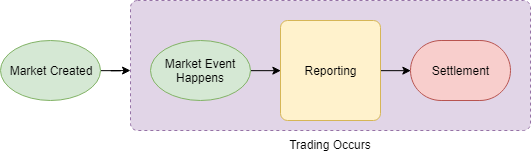
This is assets/images/Simplified Prediction Market Lifetime.png from msagansk/Augur.Guide, a draw.io export, as it was before one commit. Source tidied: cells renumbered, new cells last; positions are measured from the earlier drawing's top-left corner, leaving out a move shared by most shapes. Its diagram source:
```xml
<mxGraphModel background="#ffffff">
  <root>
    <mxCell id="0" />
    <mxCell id="1" parent="0" />
    <mxCell id="2" value="Trading Occurs" style="rounded=1;whiteSpace=wrap;html=1;absoluteArcSize=1;arcSize=14;strokeWidth=1;labelPosition=center;verticalLabelPosition=bottom;align=center;verticalAlign=top;dashed=1;fillColor=#e1d5e7;strokeColor=#9673a6;" parent="1" vertex="1">
      <mxGeometry x="130" width="400" height="130" as="geometry" />
    </mxCell>
    <mxCell id="3" style="edgeStyle=orthogonalEdgeStyle;rounded=0;jumpSize=6;jettySize=auto;html=1;exitX=1;exitY=0.5;exitDx=0;exitDy=0;exitPerimeter=0;entryX=0;entryY=0.5;entryDx=0;entryDy=0;startSize=12;" parent="1" edge="1" source="4" target="9">
      <mxGeometry relative="1" as="geometry" />
    </mxCell>
    <mxCell id="4" value="Market Event Happens" style="strokeWidth=1;html=1;shape=mxgraph.flowchart.start_1;whiteSpace=wrap;fillColor=#d5e8d4;strokeColor=#82b366;" parent="1" vertex="1">
      <mxGeometry x="150" y="40" width="100" height="60" as="geometry" />
    </mxCell>
    <mxCell id="5" style="edgeStyle=orthogonalEdgeStyle;rounded=0;jumpSize=6;jettySize=auto;html=1;startSize=12;" parent="1" edge="1" source="6">
      <mxGeometry relative="1" as="geometry">
        <mxPoint x="130" y="70" as="targetPoint" />
      </mxGeometry>
    </mxCell>
    <mxCell id="6" value="Market Created" style="strokeWidth=1;html=1;shape=mxgraph.flowchart.start_1;whiteSpace=wrap;fillColor=#d5e8d4;strokeColor=#82b366;" parent="1" vertex="1">
      <mxGeometry y="40" width="100" height="60" as="geometry" />
    </mxCell>
    <mxCell id="7" value="Settlement" style="strokeWidth=1;html=1;shape=mxgraph.flowchart.terminator;whiteSpace=wrap;fillColor=#f8cecc;strokeColor=#b85450;" parent="1" vertex="1">
      <mxGeometry x="410" y="40" width="100" height="60" as="geometry" />
    </mxCell>
    <mxCell id="8" style="edgeStyle=orthogonalEdgeStyle;rounded=0;jumpSize=6;jettySize=auto;html=1;exitX=1;exitY=0.5;exitDx=0;exitDy=0;entryX=0;entryY=0.5;entryDx=0;entryDy=0;entryPerimeter=0;startSize=12;" parent="1" edge="1" source="9" target="7">
      <mxGeometry relative="1" as="geometry" />
    </mxCell>
    <mxCell id="9" value="Reporting" style="rounded=1;whiteSpace=wrap;html=1;absoluteArcSize=1;arcSize=14;strokeWidth=1;fillColor=#fff2cc;strokeColor=#d6b656;" parent="1" vertex="1">
      <mxGeometry x="280" y="20" width="100" height="100" as="geometry" />
    </mxCell>
  </root>
</mxGraphModel>
```
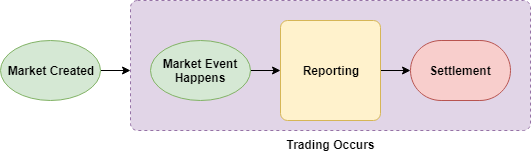
After the change.

Diff of the diagram source:
```diff
@@ -2,30 +2,30 @@
   <root>
     <mxCell id="0" />
     <mxCell id="1" parent="0" />
-    <mxCell id="2" value="Trading Occurs" style="rounded=1;whiteSpace=wrap;html=1;absoluteArcSize=1;arcSize=14;strokeWidth=1;labelPosition=center;verticalLabelPosition=bottom;align=center;verticalAlign=top;dashed=1;fillColor=#e1d5e7;strokeColor=#9673a6;" parent="1" vertex="1">
+    <mxCell id="2" value="Trading Occurs" style="rounded=1;whiteSpace=wrap;html=1;absoluteArcSize=1;arcSize=14;strokeWidth=1;labelPosition=center;verticalLabelPosition=bottom;align=center;verticalAlign=top;dashed=1;fillColor=#e1d5e7;strokeColor=#9673a6;fontStyle=1;" parent="1" vertex="1">
       <mxGeometry x="130" width="400" height="130" as="geometry" />
     </mxCell>
-    <mxCell id="3" style="edgeStyle=orthogonalEdgeStyle;rounded=0;jumpSize=6;jettySize=auto;html=1;exitX=1;exitY=0.5;exitDx=0;exitDy=0;exitPerimeter=0;entryX=0;entryY=0.5;entryDx=0;entryDy=0;startSize=12;" parent="1" edge="1" source="4" target="9">
+    <mxCell id="3" style="edgeStyle=orthogonalEdgeStyle;rounded=0;jumpSize=6;jettySize=auto;html=1;exitX=1;exitY=0.5;exitDx=0;exitDy=0;exitPerimeter=0;entryX=0;entryY=0.5;entryDx=0;entryDy=0;startSize=12;fontStyle=1;" parent="1" edge="1" source="4" target="9">
       <mxGeometry relative="1" as="geometry" />
     </mxCell>
-    <mxCell id="4" value="Market Event Happens" style="strokeWidth=1;html=1;shape=mxgraph.flowchart.start_1;whiteSpace=wrap;fillColor=#d5e8d4;strokeColor=#82b366;" parent="1" vertex="1">
+    <mxCell id="4" value="Market Event Happens" style="strokeWidth=1;html=1;shape=mxgraph.flowchart.start_1;whiteSpace=wrap;fillColor=#d5e8d4;strokeColor=#82b366;fontStyle=1;" parent="1" vertex="1">
       <mxGeometry x="150" y="40" width="100" height="60" as="geometry" />
     </mxCell>
-    <mxCell id="5" style="edgeStyle=orthogonalEdgeStyle;rounded=0;jumpSize=6;jettySize=auto;html=1;startSize=12;" parent="1" edge="1" source="6">
+    <mxCell id="5" style="edgeStyle=orthogonalEdgeStyle;rounded=0;jumpSize=6;jettySize=auto;html=1;startSize=12;fontStyle=1;" parent="1" edge="1" source="6">
       <mxGeometry relative="1" as="geometry">
         <mxPoint x="130" y="70" as="targetPoint" />
       </mxGeometry>
     </mxCell>
-    <mxCell id="6" value="Market Created" style="strokeWidth=1;html=1;shape=mxgraph.flowchart.start_1;whiteSpace=wrap;fillColor=#d5e8d4;strokeColor=#82b366;" parent="1" vertex="1">
+    <mxCell id="6" value="Market Created" style="strokeWidth=1;html=1;shape=mxgraph.flowchart.start_1;whiteSpace=wrap;fillColor=#d5e8d4;strokeColor=#82b366;fontStyle=1;" parent="1" vertex="1">
       <mxGeometry y="40" width="100" height="60" as="geometry" />
     </mxCell>
-    <mxCell id="7" value="Settlement" style="strokeWidth=1;html=1;shape=mxgraph.flowchart.terminator;whiteSpace=wrap;fillColor=#f8cecc;strokeColor=#b85450;" parent="1" vertex="1">
+    <mxCell id="7" value="Settlement" style="strokeWidth=1;html=1;shape=mxgraph.flowchart.terminator;whiteSpace=wrap;fillColor=#f8cecc;strokeColor=#b85450;fontStyle=1;" parent="1" vertex="1">
       <mxGeometry x="410" y="40" width="100" height="60" as="geometry" />
     </mxCell>
-    <mxCell id="8" style="edgeStyle=orthogonalEdgeStyle;rounded=0;jumpSize=6;jettySize=auto;html=1;exitX=1;exitY=0.5;exitDx=0;exitDy=0;entryX=0;entryY=0.5;entryDx=0;entryDy=0;entryPerimeter=0;startSize=12;" parent="1" edge="1" source="9" target="7">
+    <mxCell id="8" style="edgeStyle=orthogonalEdgeStyle;rounded=0;jumpSize=6;jettySize=auto;html=1;exitX=1;exitY=0.5;exitDx=0;exitDy=0;entryX=0;entryY=0.5;entryDx=0;entryDy=0;entryPerimeter=0;startSize=12;fontStyle=1;" parent="1" edge="1" source="9" target="7">
       <mxGeometry relative="1" as="geometry" />
     </mxCell>
-    <mxCell id="9" value="Reporting" style="rounded=1;whiteSpace=wrap;html=1;absoluteArcSize=1;arcSize=14;strokeWidth=1;fillColor=#fff2cc;strokeColor=#d6b656;" parent="1" vertex="1">
+    <mxCell id="9" value="Reporting" style="rounded=1;whiteSpace=wrap;html=1;absoluteArcSize=1;arcSize=14;strokeWidth=1;fillColor=#fff2cc;strokeColor=#d6b656;fontStyle=1;" parent="1" vertex="1">
       <mxGeometry x="280" y="20" width="100" height="100" as="geometry" />
     </mxCell>
   </root>
```
